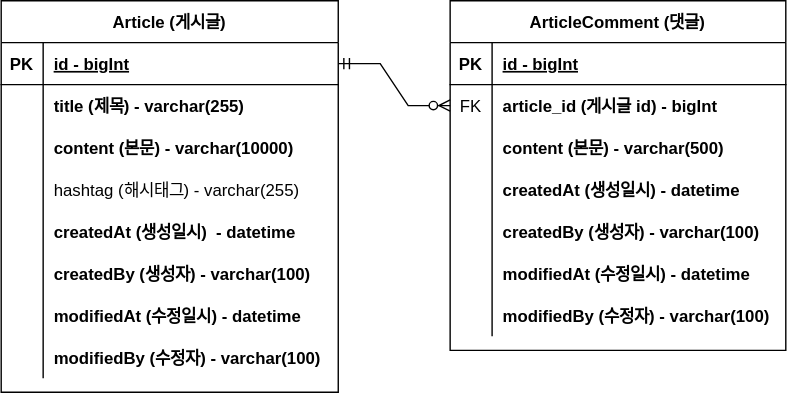
Earlier version of the draw.io export document/project-board-erd.svg (cheesecup/project-board). Source tidied: cells renumbered, new cells last; positions are measured from the earlier drawing's top-left corner, leaving out a move shared by most shapes.
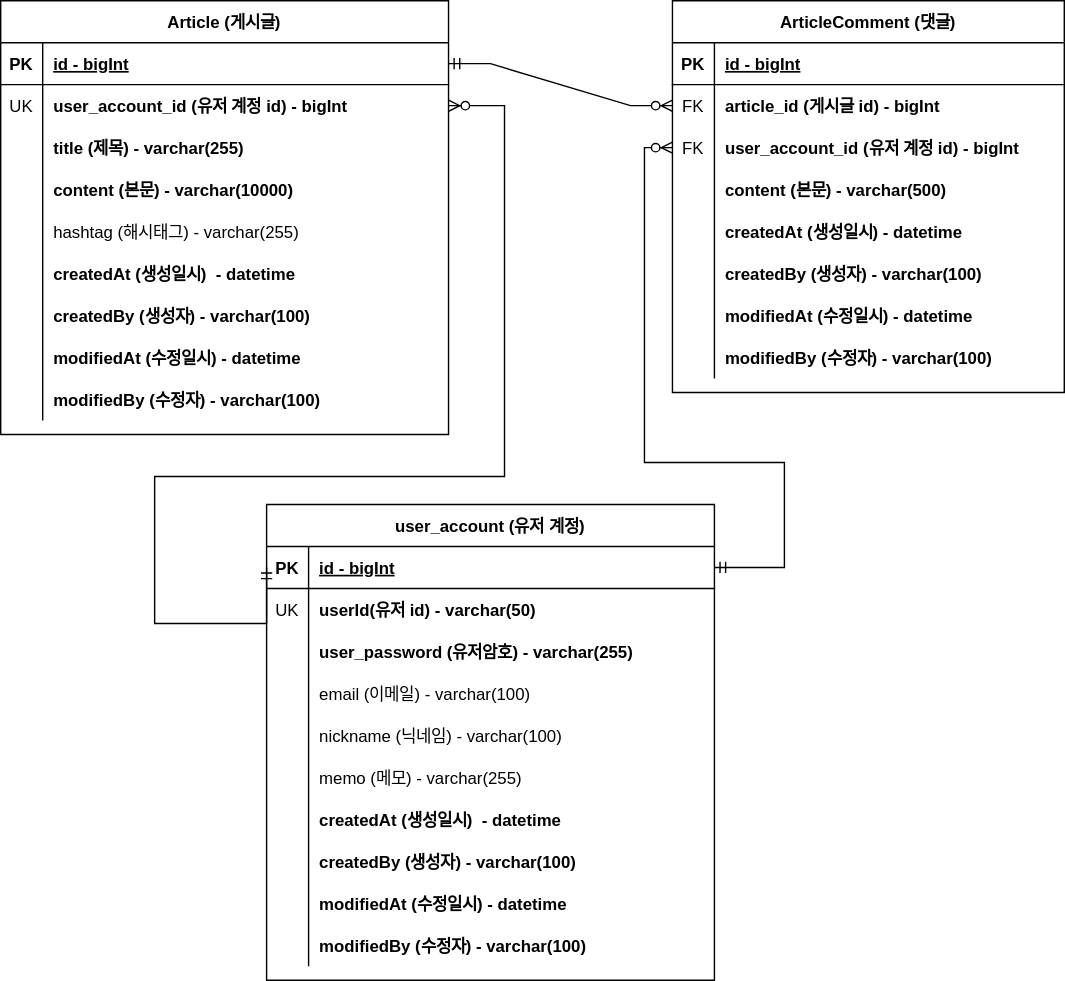
The same file after the commit.

Commit message:
#17 - ERD 추가: user_account 추가

Change to the diagram source:
```diff
@@ -5,6 +5,6 @@
     <mxCell id="2" value="Article (게시글)" style="shape=table;startSize=30;rowLines=0;fontStyle=1;align=center;" parent="1" vertex="1">
-      <mxGeometry width="241" height="280" as="geometry" />
+      <mxGeometry x="-39" y="-40" width="320" height="310" as="geometry" />
     </mxCell>
     <mxCell id="3" style="shape=tableRow;horizontal=0;startSize=0;swimlaneHead=0;swimlaneBody=0;fillColor=none;points=[[0,0.5],[1,0.5]];portConstraint=eastwest;top=0;left=0;right=0;bottom=1;" parent="2" vertex="1">
-      <mxGeometry y="30" width="241" height="30" as="geometry" />
+      <mxGeometry y="30" width="320" height="30" as="geometry" />
     </mxCell>
@@ -14,6 +14,15 @@
     <mxCell id="5" value="id - bigInt" style="shape=partialRectangle;fillColor=none;top=0;left=0;bottom=0;right=0;align=left;spacingLeft=6;fontStyle=5;overflow=hidden;" parent="3" vertex="1">
-      <mxGeometry x="30" width="211" height="30" as="geometry" />
+      <mxGeometry x="30" width="290" height="30" as="geometry" />
     </mxCell>
+    <mxCell id="50" style="shape=tableRow;horizontal=0;startSize=0;swimlaneHead=0;swimlaneBody=0;fillColor=none;points=[[0,0.5],[1,0.5]];portConstraint=eastwest;top=0;left=0;right=0;bottom=0;" parent="2" vertex="1">
+      <mxGeometry y="60" width="320" height="30" as="geometry" />
+    </mxCell>
+    <mxCell id="51" value="UK" style="shape=partialRectangle;fillColor=none;top=0;left=0;bottom=0;right=0;overflow=hidden;" parent="50" vertex="1">
+      <mxGeometry width="30" height="30" as="geometry" />
+    </mxCell>
+    <mxCell id="52" value="user_account_id (유저 계정 id) - bigInt" style="shape=partialRectangle;fillColor=none;top=0;left=0;bottom=0;right=0;align=left;spacingLeft=6;overflow=hidden;fontStyle=1;" parent="50" vertex="1">
+      <mxGeometry x="30" width="290" height="30" as="geometry" />
+    </mxCell>
     <mxCell id="6" style="shape=tableRow;horizontal=0;startSize=0;swimlaneHead=0;swimlaneBody=0;fillColor=none;top=0;left=0;right=0;bottom=0;" parent="2" vertex="1">
-      <mxGeometry y="60" width="241" height="30" as="geometry" />
+      <mxGeometry y="90" width="320" height="30" as="geometry" />
     </mxCell>
@@ -23,6 +32,6 @@
     <mxCell id="8" value="title (제목) - varchar(255)" style="shape=partialRectangle;fillColor=none;top=0;left=0;bottom=0;right=0;align=left;spacingLeft=6;overflow=hidden;fontStyle=1;" parent="6" vertex="1">
-      <mxGeometry x="30" width="211" height="30" as="geometry" />
+      <mxGeometry x="30" width="290" height="30" as="geometry" />
     </mxCell>
     <mxCell id="9" style="shape=tableRow;horizontal=0;startSize=0;swimlaneHead=0;swimlaneBody=0;fillColor=none;top=0;left=0;right=0;bottom=0;" parent="2" vertex="1">
-      <mxGeometry y="90" width="241" height="30" as="geometry" />
+      <mxGeometry y="120" width="320" height="30" as="geometry" />
     </mxCell>
@@ -32,6 +41,6 @@
     <mxCell id="11" value="content (본문) - varchar(10000)" style="shape=partialRectangle;fillColor=none;top=0;left=0;bottom=0;right=0;align=left;spacingLeft=6;overflow=hidden;fontStyle=1;" parent="9" vertex="1">
-      <mxGeometry x="30" width="211" height="30" as="geometry" />
+      <mxGeometry x="30" width="290" height="30" as="geometry" />
     </mxCell>
     <mxCell id="12" style="shape=tableRow;horizontal=0;startSize=0;swimlaneHead=0;swimlaneBody=0;fillColor=none;top=0;left=0;right=0;bottom=0;" parent="2" vertex="1">
-      <mxGeometry y="120" width="241" height="30" as="geometry" />
+      <mxGeometry y="150" width="320" height="30" as="geometry" />
     </mxCell>
@@ -41,6 +50,6 @@
     <mxCell id="14" value="hashtag (해시태그) - varchar(255)" style="shape=partialRectangle;fillColor=none;top=0;left=0;bottom=0;right=0;align=left;spacingLeft=6;overflow=hidden;fontStyle=0;" parent="12" vertex="1">
-      <mxGeometry x="30" width="211" height="30" as="geometry" />
+      <mxGeometry x="30" width="290" height="30" as="geometry" />
     </mxCell>
     <mxCell id="15" style="shape=tableRow;horizontal=0;startSize=0;swimlaneHead=0;swimlaneBody=0;fillColor=none;top=0;left=0;right=0;bottom=0;" parent="2" vertex="1">
-      <mxGeometry y="150" width="241" height="30" as="geometry" />
+      <mxGeometry y="180" width="320" height="30" as="geometry" />
     </mxCell>
@@ -50,6 +59,6 @@
     <mxCell id="17" value="createdAt (생성일시)  - datetime" style="shape=partialRectangle;fillColor=none;top=0;left=0;bottom=0;right=0;align=left;spacingLeft=6;overflow=hidden;fontStyle=1;" parent="15" vertex="1">
-      <mxGeometry x="30" width="211" height="30" as="geometry" />
+      <mxGeometry x="30" width="290" height="30" as="geometry" />
     </mxCell>
     <mxCell id="18" style="shape=tableRow;horizontal=0;startSize=0;swimlaneHead=0;swimlaneBody=0;fillColor=none;top=0;left=0;right=0;bottom=0;" parent="2" vertex="1">
-      <mxGeometry y="180" width="241" height="30" as="geometry" />
+      <mxGeometry y="210" width="320" height="30" as="geometry" />
     </mxCell>
@@ -59,6 +68,6 @@
     <mxCell id="20" value="createdBy (생성자) - varchar(100)" style="shape=partialRectangle;fillColor=none;top=0;left=0;bottom=0;right=0;align=left;spacingLeft=6;overflow=hidden;fontStyle=1;" parent="18" vertex="1">
-      <mxGeometry x="30" width="211" height="30" as="geometry" />
+      <mxGeometry x="30" width="290" height="30" as="geometry" />
     </mxCell>
     <mxCell id="21" style="shape=tableRow;horizontal=0;startSize=0;swimlaneHead=0;swimlaneBody=0;fillColor=none;top=0;left=0;right=0;bottom=0;" parent="2" vertex="1">
-      <mxGeometry y="210" width="241" height="30" as="geometry" />
+      <mxGeometry y="240" width="320" height="30" as="geometry" />
     </mxCell>
@@ -68,6 +77,6 @@
     <mxCell id="23" value="modifiedAt (수정일시) - datetime" style="shape=partialRectangle;fillColor=none;top=0;left=0;bottom=0;right=0;align=left;spacingLeft=6;overflow=hidden;fontStyle=1;" parent="21" vertex="1">
-      <mxGeometry x="30" width="211" height="30" as="geometry" />
+      <mxGeometry x="30" width="290" height="30" as="geometry" />
     </mxCell>
     <mxCell id="24" style="shape=tableRow;horizontal=0;startSize=0;swimlaneHead=0;swimlaneBody=0;fillColor=none;top=0;left=0;right=0;bottom=0;" parent="2" vertex="1">
-      <mxGeometry y="240" width="241" height="30" as="geometry" />
+      <mxGeometry y="270" width="320" height="30" as="geometry" />
     </mxCell>
@@ -77,9 +86,9 @@
     <mxCell id="26" value="modifiedBy (수정자) - varchar(100)" style="shape=partialRectangle;fillColor=none;top=0;left=0;bottom=0;right=0;align=left;spacingLeft=6;overflow=hidden;fontStyle=1;" parent="24" vertex="1">
-      <mxGeometry x="30" width="211" height="30" as="geometry" />
+      <mxGeometry x="30" width="290" height="30" as="geometry" />
     </mxCell>
     <mxCell id="27" value="ArticleComment (댓글)" style="shape=table;startSize=30;rowLines=0;fontStyle=1;align=center;" parent="1" vertex="1">
-      <mxGeometry x="321" width="240" height="250" as="geometry" />
+      <mxGeometry x="441" y="-40" width="280" height="280" as="geometry" />
     </mxCell>
     <mxCell id="28" style="shape=tableRow;horizontal=0;startSize=0;swimlaneHead=0;swimlaneBody=0;fillColor=none;top=0;left=0;right=0;bottom=1;" parent="27" vertex="1">
-      <mxGeometry y="30" width="240" height="30" as="geometry" />
+      <mxGeometry y="30" width="280" height="30" as="geometry" />
     </mxCell>
@@ -89,6 +98,6 @@
     <mxCell id="30" value="id - bigInt" style="shape=partialRectangle;fillColor=none;top=0;left=0;bottom=0;right=0;align=left;spacingLeft=6;fontStyle=5;overflow=hidden;" parent="28" vertex="1">
-      <mxGeometry x="30" width="210" height="30" as="geometry" />
+      <mxGeometry x="30" width="250" height="30" as="geometry" />
     </mxCell>
     <mxCell id="31" style="shape=tableRow;horizontal=0;startSize=0;swimlaneHead=0;swimlaneBody=0;fillColor=none;points=[[0,0.5],[1,0.5]];portConstraint=eastwest;top=0;left=0;right=0;bottom=0;" parent="27" vertex="1">
-      <mxGeometry y="60" width="240" height="30" as="geometry" />
+      <mxGeometry y="60" width="280" height="30" as="geometry" />
     </mxCell>
@@ -98,6 +107,15 @@
     <mxCell id="33" value="article_id (게시글 id) - bigInt" style="shape=partialRectangle;fillColor=none;top=0;left=0;bottom=0;right=0;align=left;spacingLeft=6;overflow=hidden;fontStyle=1;" parent="31" vertex="1">
-      <mxGeometry x="30" width="210" height="30" as="geometry" />
+      <mxGeometry x="30" width="250" height="30" as="geometry" />
     </mxCell>
+    <mxCell id="53" style="shape=tableRow;horizontal=0;startSize=0;swimlaneHead=0;swimlaneBody=0;fillColor=none;points=[[0,0.5],[1,0.5]];portConstraint=eastwest;top=0;left=0;right=0;bottom=0;" parent="27" vertex="1">
+      <mxGeometry y="90" width="280" height="30" as="geometry" />
+    </mxCell>
+    <mxCell id="54" value="FK" style="shape=partialRectangle;fillColor=none;top=0;left=0;bottom=0;right=0;overflow=hidden;fontStyle=0;" parent="53" vertex="1">
+      <mxGeometry width="30" height="30" as="geometry" />
+    </mxCell>
+    <mxCell id="55" value="user_account_id (유저 계정 id) - bigInt" style="shape=partialRectangle;fillColor=none;top=0;left=0;bottom=0;right=0;align=left;spacingLeft=6;overflow=hidden;fontStyle=1;" parent="53" vertex="1">
+      <mxGeometry x="30" width="250" height="30" as="geometry" />
+    </mxCell>
     <mxCell id="34" style="shape=tableRow;horizontal=0;startSize=0;swimlaneHead=0;swimlaneBody=0;fillColor=none;top=0;left=0;right=0;bottom=0;" parent="27" vertex="1">
-      <mxGeometry y="90" width="240" height="30" as="geometry" />
+      <mxGeometry y="120" width="280" height="30" as="geometry" />
     </mxCell>
@@ -107,6 +125,6 @@
     <mxCell id="36" value="content (본문) - varchar(500)" style="shape=partialRectangle;fillColor=none;top=0;left=0;bottom=0;right=0;align=left;spacingLeft=6;overflow=hidden;fontStyle=1;" parent="34" vertex="1">
-      <mxGeometry x="30" width="210" height="30" as="geometry" />
+      <mxGeometry x="30" width="250" height="30" as="geometry" />
     </mxCell>
     <mxCell id="37" style="shape=tableRow;horizontal=0;startSize=0;swimlaneHead=0;swimlaneBody=0;fillColor=none;top=0;left=0;right=0;bottom=0;" parent="27" vertex="1">
-      <mxGeometry y="120" width="240" height="30" as="geometry" />
+      <mxGeometry y="150" width="280" height="30" as="geometry" />
     </mxCell>
@@ -116,6 +134,6 @@
     <mxCell id="39" value="createdAt (생성일시) - datetime" style="shape=partialRectangle;fillColor=none;top=0;left=0;bottom=0;right=0;align=left;spacingLeft=6;overflow=hidden;fontStyle=1;" parent="37" vertex="1">
-      <mxGeometry x="30" width="210" height="30" as="geometry" />
+      <mxGeometry x="30" width="250" height="30" as="geometry" />
     </mxCell>
     <mxCell id="40" style="shape=tableRow;horizontal=0;startSize=0;swimlaneHead=0;swimlaneBody=0;fillColor=none;top=0;left=0;right=0;bottom=0;" parent="27" vertex="1">
-      <mxGeometry y="150" width="240" height="30" as="geometry" />
+      <mxGeometry y="180" width="280" height="30" as="geometry" />
     </mxCell>
@@ -125,6 +143,6 @@
     <mxCell id="42" value="createdBy (생성자) - varchar(100)" style="shape=partialRectangle;fillColor=none;top=0;left=0;bottom=0;right=0;align=left;spacingLeft=6;overflow=hidden;fontStyle=1;" parent="40" vertex="1">
-      <mxGeometry x="30" width="210" height="30" as="geometry" />
+      <mxGeometry x="30" width="250" height="30" as="geometry" />
     </mxCell>
     <mxCell id="43" style="shape=tableRow;horizontal=0;startSize=0;swimlaneHead=0;swimlaneBody=0;fillColor=none;top=0;left=0;right=0;bottom=0;" parent="27" vertex="1">
-      <mxGeometry y="180" width="240" height="30" as="geometry" />
+      <mxGeometry y="210" width="280" height="30" as="geometry" />
     </mxCell>
@@ -134,6 +152,6 @@
     <mxCell id="45" value="modifiedAt (수정일시) - datetime" style="shape=partialRectangle;fillColor=none;top=0;left=0;bottom=0;right=0;align=left;spacingLeft=6;overflow=hidden;fontStyle=1;" parent="43" vertex="1">
-      <mxGeometry x="30" width="210" height="30" as="geometry" />
+      <mxGeometry x="30" width="250" height="30" as="geometry" />
     </mxCell>
     <mxCell id="46" style="shape=tableRow;horizontal=0;startSize=0;swimlaneHead=0;swimlaneBody=0;fillColor=none;top=0;left=0;right=0;bottom=0;" parent="27" vertex="1">
-      <mxGeometry y="210" width="240" height="30" as="geometry" />
+      <mxGeometry y="240" width="280" height="30" as="geometry" />
     </mxCell>
@@ -143,3 +161,3 @@
     <mxCell id="48" value="modifiedBy (수정자) - varchar(100)" style="shape=partialRectangle;fillColor=none;top=0;left=0;bottom=0;right=0;align=left;spacingLeft=6;overflow=hidden;fontStyle=1;" parent="46" vertex="1">
-      <mxGeometry x="30" width="210" height="30" as="geometry" />
+      <mxGeometry x="30" width="250" height="30" as="geometry" />
     </mxCell>
@@ -148,2 +166,116 @@
     </mxCell>
+    <mxCell id="56" value="user_account (유저 계정)" style="shape=table;startSize=30;rowLines=0;fontStyle=1;align=center;" parent="1" vertex="1">
+      <mxGeometry x="151" y="320" width="320" height="340" as="geometry" />
+    </mxCell>
+    <mxCell id="57" style="shape=tableRow;horizontal=0;startSize=0;swimlaneHead=0;swimlaneBody=0;fillColor=none;points=[[0,0.5],[1,0.5]];portConstraint=eastwest;top=0;left=0;right=0;bottom=1;" parent="56" vertex="1">
+      <mxGeometry y="30" width="320" height="30" as="geometry" />
+    </mxCell>
+    <mxCell id="58" value="PK" style="shape=partialRectangle;fillColor=none;top=0;left=0;bottom=0;right=0;fontStyle=1;overflow=hidden;" parent="57" vertex="1">
+      <mxGeometry width="30" height="30" as="geometry" />
+    </mxCell>
+    <mxCell id="59" value="id - bigInt" style="shape=partialRectangle;fillColor=none;top=0;left=0;bottom=0;right=0;align=left;spacingLeft=6;fontStyle=5;overflow=hidden;" parent="57" vertex="1">
+      <mxGeometry x="30" width="290" height="30" as="geometry" />
+    </mxCell>
+    <mxCell id="60" style="shape=tableRow;horizontal=0;startSize=0;swimlaneHead=0;swimlaneBody=0;fillColor=none;top=0;left=0;right=0;bottom=0;" parent="56" vertex="1">
+      <mxGeometry y="60" width="320" height="30" as="geometry" />
+    </mxCell>
+    <mxCell id="61" value="UK" style="shape=partialRectangle;fillColor=none;top=0;left=0;bottom=0;right=0;overflow=hidden;" parent="60" vertex="1">
+      <mxGeometry width="30" height="30" as="geometry" />
+    </mxCell>
+    <mxCell id="62" value="userId(유저 id) - varchar(50)" style="shape=partialRectangle;fillColor=none;top=0;left=0;bottom=0;right=0;align=left;spacingLeft=6;overflow=hidden;fontStyle=1;" parent="60" vertex="1">
+      <mxGeometry x="30" width="290" height="30" as="geometry" />
+    </mxCell>
+    <mxCell id="63" style="shape=tableRow;horizontal=0;startSize=0;swimlaneHead=0;swimlaneBody=0;fillColor=none;top=0;left=0;right=0;bottom=0;" parent="56" vertex="1">
+      <mxGeometry y="90" width="320" height="30" as="geometry" />
+    </mxCell>
+    <mxCell id="64" style="shape=partialRectangle;fillColor=none;top=0;left=0;bottom=0;right=0;overflow=hidden;" parent="63" vertex="1">
+      <mxGeometry width="30" height="30" as="geometry" />
+    </mxCell>
+    <mxCell id="65" value="user_password (유저암호) - varchar(255)" style="shape=partialRectangle;fillColor=none;top=0;left=0;bottom=0;right=0;align=left;spacingLeft=6;overflow=hidden;fontStyle=1;" parent="63" vertex="1">
+      <mxGeometry x="30" width="290" height="30" as="geometry" />
+    </mxCell>
+    <mxCell id="66" style="shape=tableRow;horizontal=0;startSize=0;swimlaneHead=0;swimlaneBody=0;fillColor=none;top=0;left=0;right=0;bottom=0;" parent="56" vertex="1">
+      <mxGeometry y="120" width="320" height="30" as="geometry" />
+    </mxCell>
+    <mxCell id="67" style="shape=partialRectangle;fillColor=none;top=0;left=0;bottom=0;right=0;overflow=hidden;" parent="66" vertex="1">
+      <mxGeometry width="30" height="30" as="geometry" />
+    </mxCell>
+    <mxCell id="68" value="email (이메일) - varchar(100)" style="shape=partialRectangle;fillColor=none;top=0;left=0;bottom=0;right=0;align=left;spacingLeft=6;overflow=hidden;fontStyle=0;" parent="66" vertex="1">
+      <mxGeometry x="30" width="290" height="30" as="geometry" />
+    </mxCell>
+    <mxCell id="69" style="shape=tableRow;horizontal=0;startSize=0;swimlaneHead=0;swimlaneBody=0;fillColor=none;top=0;left=0;right=0;bottom=0;" parent="56" vertex="1">
+      <mxGeometry y="150" width="320" height="30" as="geometry" />
+    </mxCell>
+    <mxCell id="70" style="shape=partialRectangle;fillColor=none;top=0;left=0;bottom=0;right=0;overflow=hidden;" parent="69" vertex="1">
+      <mxGeometry width="30" height="30" as="geometry" />
+    </mxCell>
+    <mxCell id="71" value="nickname (닉네임) - varchar(100)" style="shape=partialRectangle;fillColor=none;top=0;left=0;bottom=0;right=0;align=left;spacingLeft=6;overflow=hidden;fontStyle=0;" parent="69" vertex="1">
+      <mxGeometry x="30" width="290" height="30" as="geometry" />
+    </mxCell>
+    <mxCell id="72" style="shape=tableRow;horizontal=0;startSize=0;swimlaneHead=0;swimlaneBody=0;fillColor=none;top=0;left=0;right=0;bottom=0;" parent="56" vertex="1">
+      <mxGeometry y="180" width="320" height="30" as="geometry" />
+    </mxCell>
+    <mxCell id="73" style="shape=partialRectangle;fillColor=none;top=0;left=0;bottom=0;right=0;overflow=hidden;" parent="72" vertex="1">
+      <mxGeometry width="30" height="30" as="geometry" />
+    </mxCell>
+    <mxCell id="74" value="memo (메모) - varchar(255)" style="shape=partialRectangle;fillColor=none;top=0;left=0;bottom=0;right=0;align=left;spacingLeft=6;overflow=hidden;fontStyle=0;" parent="72" vertex="1">
+      <mxGeometry x="30" width="290" height="30" as="geometry" />
+    </mxCell>
+    <mxCell id="75" style="shape=tableRow;horizontal=0;startSize=0;swimlaneHead=0;swimlaneBody=0;fillColor=none;top=0;left=0;right=0;bottom=0;" parent="56" vertex="1">
+      <mxGeometry y="210" width="320" height="30" as="geometry" />
+    </mxCell>
+    <mxCell id="76" style="shape=partialRectangle;fillColor=none;top=0;left=0;bottom=0;right=0;overflow=hidden;" parent="75" vertex="1">
+      <mxGeometry width="30" height="30" as="geometry" />
+    </mxCell>
+    <mxCell id="77" value="createdAt (생성일시)  - datetime" style="shape=partialRectangle;fillColor=none;top=0;left=0;bottom=0;right=0;align=left;spacingLeft=6;overflow=hidden;fontStyle=1;" parent="75" vertex="1">
+      <mxGeometry x="30" width="290" height="30" as="geometry" />
+    </mxCell>
+    <mxCell id="78" style="shape=tableRow;horizontal=0;startSize=0;swimlaneHead=0;swimlaneBody=0;fillColor=none;top=0;left=0;right=0;bottom=0;" parent="56" vertex="1">
+      <mxGeometry y="240" width="320" height="30" as="geometry" />
+    </mxCell>
+    <mxCell id="79" style="shape=partialRectangle;fillColor=none;top=0;left=0;bottom=0;right=0;overflow=hidden;" parent="78" vertex="1">
+      <mxGeometry width="30" height="30" as="geometry" />
+    </mxCell>
+    <mxCell id="80" value="createdBy (생성자) - varchar(100)" style="shape=partialRectangle;fillColor=none;top=0;left=0;bottom=0;right=0;align=left;spacingLeft=6;overflow=hidden;fontStyle=1;" parent="78" vertex="1">
+      <mxGeometry x="30" width="290" height="30" as="geometry" />
+    </mxCell>
+    <mxCell id="81" style="shape=tableRow;horizontal=0;startSize=0;swimlaneHead=0;swimlaneBody=0;fillColor=none;top=0;left=0;right=0;bottom=0;" parent="56" vertex="1">
+      <mxGeometry y="270" width="320" height="30" as="geometry" />
+    </mxCell>
+    <mxCell id="82" style="shape=partialRectangle;fillColor=none;top=0;left=0;bottom=0;right=0;overflow=hidden;" parent="81" vertex="1">
+      <mxGeometry width="30" height="30" as="geometry" />
+    </mxCell>
+    <mxCell id="83" value="modifiedAt (수정일시) - datetime" style="shape=partialRectangle;fillColor=none;top=0;left=0;bottom=0;right=0;align=left;spacingLeft=6;overflow=hidden;fontStyle=1;" parent="81" vertex="1">
+      <mxGeometry x="30" width="290" height="30" as="geometry" />
+    </mxCell>
+    <mxCell id="84" style="shape=tableRow;horizontal=0;startSize=0;swimlaneHead=0;swimlaneBody=0;fillColor=none;top=0;left=0;right=0;bottom=0;" parent="56" vertex="1">
+      <mxGeometry y="300" width="320" height="30" as="geometry" />
+    </mxCell>
+    <mxCell id="85" style="shape=partialRectangle;fillColor=none;top=0;left=0;bottom=0;right=0;overflow=hidden;" parent="84" vertex="1">
+      <mxGeometry width="30" height="30" as="geometry" />
+    </mxCell>
+    <mxCell id="86" value="modifiedBy (수정자) - varchar(100)" style="shape=partialRectangle;fillColor=none;top=0;left=0;bottom=0;right=0;align=left;spacingLeft=6;overflow=hidden;fontStyle=1;" parent="84" vertex="1">
+      <mxGeometry x="30" width="290" height="30" as="geometry" />
+    </mxCell>
+    <mxCell id="87" style="edgeStyle=orthogonalEdgeStyle;fontSize=12;html=1;endArrow=ERzeroToMany;startArrow=ERmandOne;rounded=0;exitX=1;exitY=0.5;exitDx=0;exitDy=0;entryX=0;entryY=0.5;entryDx=0;entryDy=0;" parent="1" edge="1" source="57" target="53">
+      <mxGeometry relative="1" as="geometry">
+        <Array as="points">
+          <mxPoint x="521" y="365" />
+          <mxPoint x="521" y="290" />
+          <mxPoint x="421" y="290" />
+          <mxPoint x="421" y="65" />
+        </Array>
+      </mxGeometry>
+    </mxCell>
+    <mxCell id="88" style="edgeStyle=orthogonalEdgeStyle;fontSize=12;html=1;endArrow=ERzeroToMany;startArrow=ERmandOne;rounded=0;exitX=0;exitY=0.5;exitDx=0;exitDy=0;entryX=1;entryY=0.5;entryDx=0;entryDy=0;" parent="1" edge="1" source="57" target="50">
+      <mxGeometry relative="1" as="geometry">
+        <Array as="points">
+          <mxPoint x="151" y="405" />
+          <mxPoint x="71" y="405" />
+          <mxPoint x="71" y="300" />
+          <mxPoint x="321" y="300" />
+          <mxPoint x="321" y="35" />
+        </Array>
+      </mxGeometry>
+    </mxCell>
   </root>
```
